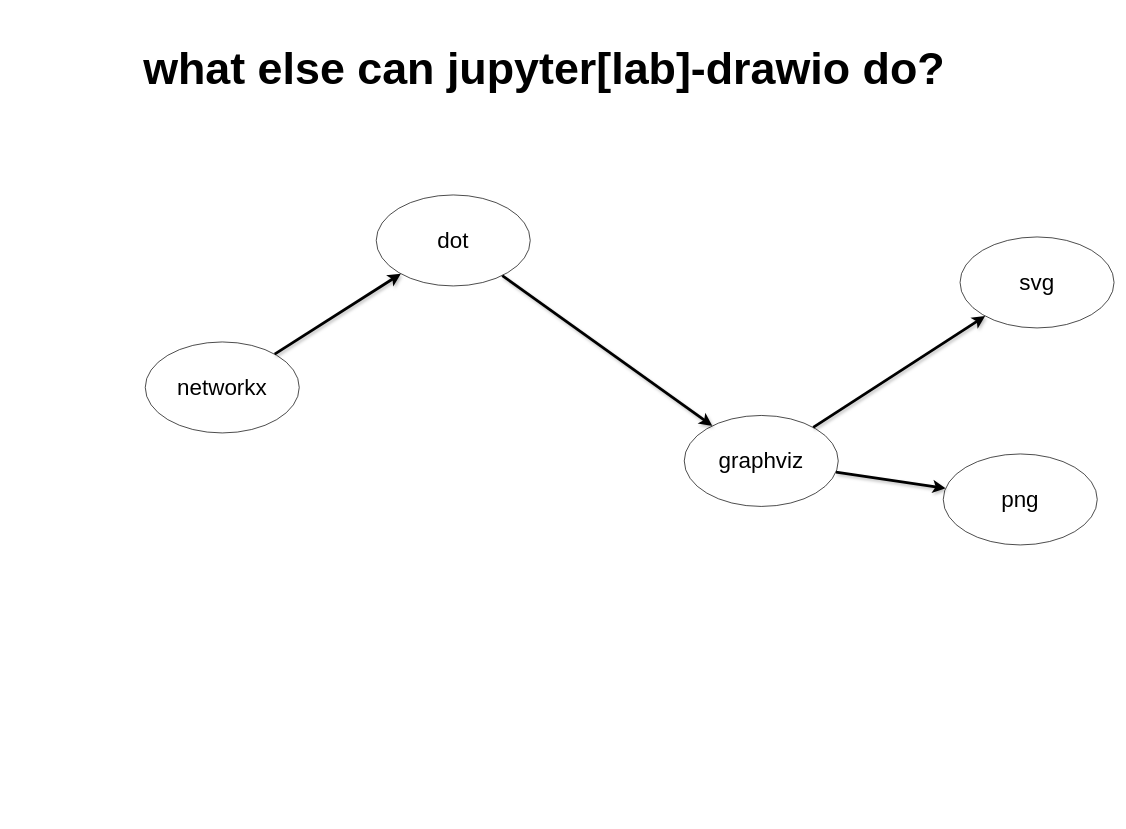
Above: page "what else can it do?" (2 of 2) of testfiles/How it works.dio in deathbeds/ipydrawio (draw.io), before the change. Source tidied: cells renumbered, new cells numbered last; positions are measured from the earlier drawing's top-left corner, leaving out a move shared by most shapes. Both pictures are drawn from the tidied source at 70%, with x=0, y=0 at pixel (124, 62).
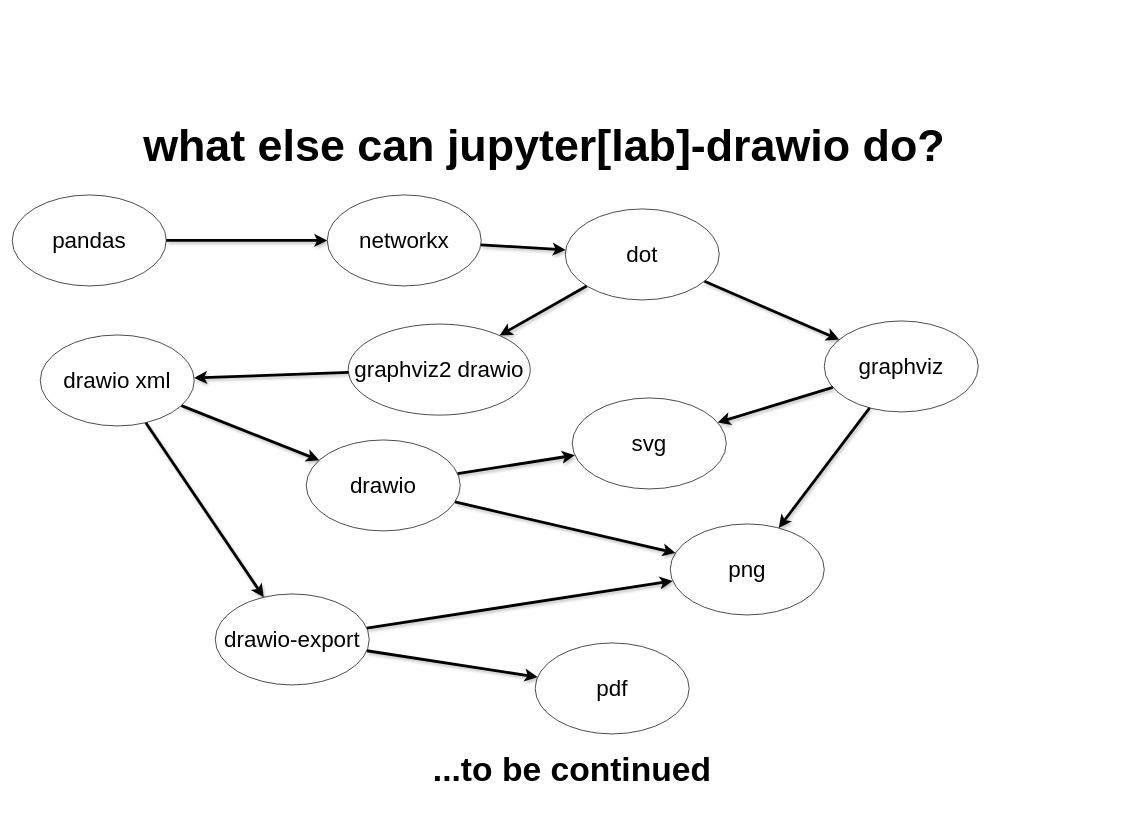
The same diagram, later.

Change to the diagram source:
```diff
@@
     <mxCell id="2" value="&lt;h1&gt;what else can jupyter[lab]-drawio do?&lt;/h1&gt;" style="text;html=1;strokeColor=none;fillColor=none;align=center;verticalAlign=middle;whiteSpace=wrap;rounded=0;shadow=0;labelBackgroundColor=none;fontFamily=MuseoModerno;fontSize=32;" parent="1" vertex="1">
-      <mxGeometry width="1200" height="20" as="geometry" />
+      <mxGeometry y="110" width="1200" height="20" as="geometry" />
     </mxCell>
     <mxCell id="3" value="dot" style="ellipse;whiteSpace=wrap;html=1;shadow=0;labelBackgroundColor=none;fontFamily=MuseoModerno;fontSize=32;" parent="1" vertex="1">
-      <mxGeometry x="360" y="190" width="220" height="130" as="geometry" />
+      <mxGeometry x="630" y="210" width="220" height="130" as="geometry" />
     </mxCell>
     <mxCell id="4" value="networkx" style="ellipse;whiteSpace=wrap;html=1;shadow=0;labelBackgroundColor=none;fontFamily=MuseoModerno;fontSize=32;" parent="1" vertex="1">
-      <mxGeometry x="30" y="400" width="220" height="130" as="geometry" />
+      <mxGeometry x="290" y="190" width="220" height="130" as="geometry" />
     </mxCell>
     <mxCell id="5" value="graphviz" style="ellipse;whiteSpace=wrap;html=1;shadow=0;labelBackgroundColor=none;fontFamily=MuseoModerno;fontSize=32;" parent="1" vertex="1">
-      <mxGeometry x="800" y="505" width="220" height="130" as="geometry" />
+      <mxGeometry x="1000" y="370" width="220" height="130" as="geometry" />
     </mxCell>
     <mxCell id="6" value="svg" style="ellipse;whiteSpace=wrap;html=1;shadow=0;labelBackgroundColor=none;fontFamily=MuseoModerno;fontSize=32;" parent="1" vertex="1">
-      <mxGeometry x="1194" y="250" width="220" height="130" as="geometry" />
+      <mxGeometry x="640" y="480" width="220" height="130" as="geometry" />
     </mxCell>
@@
-    <mxCell id="8" style="endArrow=classic;html=1;shadow=1;strokeWidth=4;fontFamily=MuseoModerno;fontSize=32;" parent="1" edge="1" source="5" target="6">
+    <mxCell id="8" style="endArrow=classic;html=1;shadow=1;strokeWidth=4;fontFamily=MuseoModerno;fontSize=32;gradientColor=none;" parent="1" edge="1" source="5" target="6">
       <mxGeometry relative="1" as="geometry" />
     </mxCell>
-    <mxCell id="9" style="endArrow=classic;html=1;shadow=1;strokeWidth=4;fontFamily=MuseoModerno;fontSize=32;" parent="1" edge="1" source="4" target="3">
+    <mxCell id="9" style="endArrow=classic;html=1;shadow=1;strokeWidth=4;fontFamily=MuseoModerno;fontSize=32;gradientColor=none;" parent="1" edge="1" source="4" target="3">
       <mxGeometry relative="1" as="geometry" />
     </mxCell>
     <mxCell id="10" value="png" style="ellipse;whiteSpace=wrap;html=1;shadow=0;labelBackgroundColor=none;fontFamily=MuseoModerno;fontSize=32;" parent="1" vertex="1">
-      <mxGeometry x="1170" y="560" width="220" height="130" as="geometry" />
+      <mxGeometry x="780" y="660" width="220" height="130" as="geometry" />
     </mxCell>
-    <mxCell id="11" style="endArrow=classic;html=1;shadow=1;strokeWidth=4;fontFamily=MuseoModerno;fontSize=32;" parent="1" edge="1" source="5" target="10">
+    <mxCell id="11" style="endArrow=classic;html=1;shadow=1;strokeWidth=4;fontFamily=MuseoModerno;fontSize=32;gradientColor=none;" parent="1" edge="1" source="5" target="10">
       <mxGeometry relative="1" as="geometry" />
     </mxCell>
+    <mxCell id="12" value="&lt;h2&gt;...to be continued&lt;/h2&gt;" style="text;html=1;strokeColor=none;fillColor=none;align=center;verticalAlign=middle;whiteSpace=wrap;rounded=0;shadow=0;labelBackgroundColor=none;fontFamily=MuseoModerno;fontSize=32;" parent="1" vertex="1">
+      <mxGeometry x="40" y="1000" width="1200" height="20" as="geometry" />
+    </mxCell>
+    <mxCell id="13" value="pandas" style="ellipse;whiteSpace=wrap;html=1;shadow=0;labelBackgroundColor=none;fontFamily=MuseoModerno;fontSize=32;" parent="1" vertex="1">
+      <mxGeometry x="-160" y="190" width="220" height="130" as="geometry" />
+    </mxCell>
+    <mxCell id="14" style="endArrow=classic;html=1;shadow=1;strokeWidth=4;fontFamily=MuseoModerno;fontSize=32;gradientColor=none;" parent="1" edge="1" source="13" target="4">
+      <mxGeometry relative="1" as="geometry" />
+    </mxCell>
+    <mxCell id="15" value="graphviz2 drawio" style="ellipse;whiteSpace=wrap;html=1;shadow=0;labelBackgroundColor=none;fontFamily=MuseoModerno;fontSize=32;" parent="1" vertex="1">
+      <mxGeometry x="320" y="374.5" width="260" height="130" as="geometry" />
+    </mxCell>
+    <mxCell id="16" style="endArrow=classic;html=1;shadow=1;strokeWidth=4;fontFamily=MuseoModerno;fontSize=32;" parent="1" edge="1" source="3" target="15">
+      <mxGeometry relative="1" as="geometry" />
+    </mxCell>
+    <mxCell id="17" value="drawio xml" style="ellipse;whiteSpace=wrap;html=1;shadow=0;labelBackgroundColor=none;fontFamily=MuseoModerno;fontSize=32;" parent="1" vertex="1">
+      <mxGeometry x="-120" y="390" width="220" height="130" as="geometry" />
+    </mxCell>
+    <mxCell id="18" style="endArrow=classic;html=1;shadow=1;strokeWidth=4;fontFamily=MuseoModerno;fontSize=32;" parent="1" edge="1" source="15" target="17">
+      <mxGeometry relative="1" as="geometry" />
+    </mxCell>
+    <mxCell id="19" value="drawio" style="ellipse;whiteSpace=wrap;html=1;shadow=0;labelBackgroundColor=none;fontFamily=MuseoModerno;fontSize=32;" parent="1" vertex="1">
+      <mxGeometry x="260" y="540" width="220" height="130" as="geometry" />
+    </mxCell>
+    <mxCell id="20" style="endArrow=classic;html=1;shadow=1;strokeWidth=4;fontFamily=MuseoModerno;fontSize=32;" parent="1" edge="1" source="17" target="19">
+      <mxGeometry relative="1" as="geometry" />
+    </mxCell>
+    <mxCell id="21" style="endArrow=classic;html=1;shadow=1;strokeWidth=4;fontFamily=MuseoModerno;fontSize=32;" parent="1" edge="1" source="19" target="6">
+      <mxGeometry relative="1" as="geometry" />
+    </mxCell>
+    <mxCell id="22" style="endArrow=classic;html=1;shadow=1;strokeWidth=4;fontFamily=MuseoModerno;fontSize=32;" parent="1" edge="1" source="19" target="10">
+      <mxGeometry relative="1" as="geometry" />
+    </mxCell>
+    <mxCell id="23" value="drawio-export" style="ellipse;whiteSpace=wrap;html=1;shadow=0;labelBackgroundColor=none;fontFamily=MuseoModerno;fontSize=32;" parent="1" vertex="1">
+      <mxGeometry x="130" y="760" width="220" height="130" as="geometry" />
+    </mxCell>
+    <mxCell id="24" style="endArrow=classic;html=1;shadow=1;strokeWidth=4;fontFamily=MuseoModerno;fontSize=32;" parent="1" edge="1" source="17" target="23">
+      <mxGeometry relative="1" as="geometry" />
+    </mxCell>
+    <mxCell id="25" value="pdf" style="ellipse;whiteSpace=wrap;html=1;shadow=0;labelBackgroundColor=none;fontFamily=MuseoModerno;fontSize=32;" parent="1" vertex="1">
+      <mxGeometry x="587" y="830" width="220" height="130" as="geometry" />
+    </mxCell>
+    <mxCell id="26" style="endArrow=classic;html=1;shadow=1;strokeWidth=4;fontFamily=MuseoModerno;fontSize=32;" parent="1" edge="1" source="23" target="25">
+      <mxGeometry relative="1" as="geometry" />
+    </mxCell>
+    <mxCell id="27" style="endArrow=classic;html=1;shadow=1;strokeWidth=4;fontFamily=MuseoModerno;fontSize=32;" parent="1" edge="1" source="23" target="10">
+      <mxGeometry relative="1" as="geometry" />
+    </mxCell>
```
